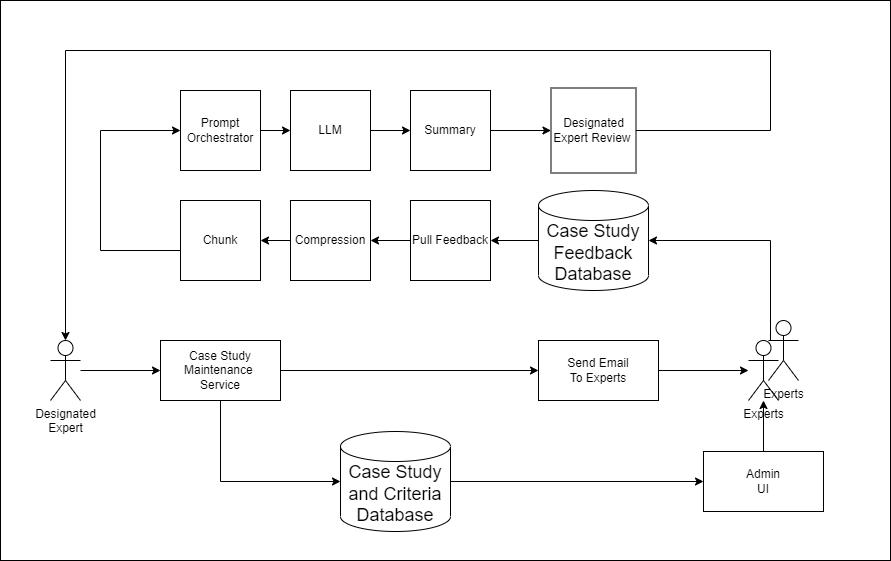
The draw.io diagram diagrams/admin-case-study-feedback-ai.drawio.png in mmat1/skynet-ai-2025, before a commit. Source tidied: cells renumbered, new cells last; positions are measured from the earlier drawing's top-left corner, leaving out a move shared by most shapes.
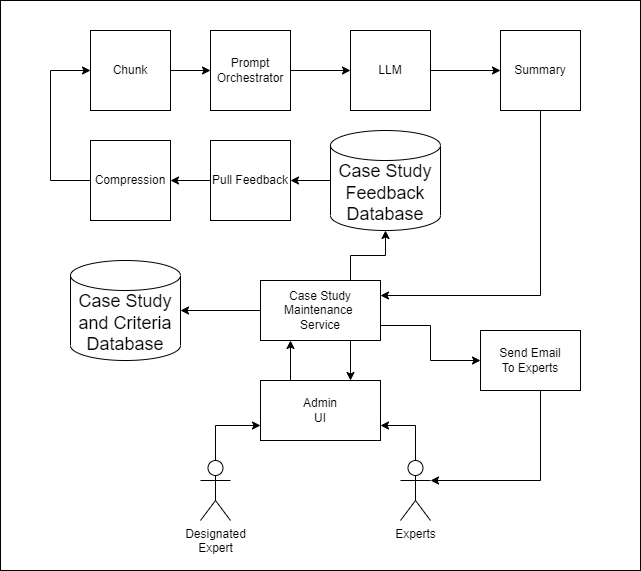
The same diagram one commit later.

The edit, as a diff of the source:
```diff
@@ -3,119 +3,103 @@
     <mxCell id="0" />
     <mxCell id="1" parent="0" />
     <mxCell id="2" style="rounded=0;whiteSpace=wrap;html=1;" parent="1" vertex="1">
-      <mxGeometry width="890" height="560" as="geometry" />
+      <mxGeometry x="60" y="60" width="640" height="570" as="geometry" />
     </mxCell>
-    <mxCell id="3" style="edgeStyle=orthogonalEdgeStyle;rounded=0;jettySize=auto;html=1;" parent="1" edge="1" source="4" target="15">
-      <mxGeometry relative="1" as="geometry" />
-    </mxCell>
     <mxCell id="4" value="&lt;div style=&quot;font-size: 18px;&quot;&gt;Case Study and Criteria&lt;/div&gt;&lt;div style=&quot;font-size: 18px;&quot;&gt;Database&lt;/div&gt;" style="shape=cylinder3;whiteSpace=wrap;html=1;boundedLbl=1;backgroundOutline=1;size=15;" parent="1" vertex="1">
-      <mxGeometry x="340" y="431" width="110" height="100" as="geometry" />
+      <mxGeometry x="130" y="320" width="110" height="100" as="geometry" />
     </mxCell>
+    <mxCell id="34" style="edgeStyle=orthogonalEdgeStyle;rounded=0;jettySize=auto;html=1;exitX=0.5;exitY=0;exitDx=0;exitDy=0;exitPerimeter=0;entryX=0;entryY=0.75;entryDx=0;entryDy=0;" parent="1" edge="1" source="5" target="15">
+      <mxGeometry relative="1" as="geometry" />
+    </mxCell>
     <mxCell id="5" value="Designated&lt;br&gt;Expert" style="shape=umlActor;verticalLabelPosition=bottom;verticalAlign=top;html=1;outlineConnect=0;" parent="1" vertex="1">
-      <mxGeometry x="50" y="340" width="30" height="60" as="geometry" />
+      <mxGeometry x="260" y="520" width="30" height="60" as="geometry" />
     </mxCell>
+    <mxCell id="7" style="edgeStyle=orthogonalEdgeStyle;rounded=0;jettySize=auto;html=1;" parent="1" edge="1" source="8" target="4">
+      <mxGeometry relative="1" as="geometry" />
+    </mxCell>
+    <mxCell id="35" style="edgeStyle=orthogonalEdgeStyle;rounded=0;jettySize=auto;html=1;exitX=0.75;exitY=1;exitDx=0;exitDy=0;entryX=0.75;entryY=0;entryDx=0;entryDy=0;" parent="1" edge="1" source="8" target="15">
+      <mxGeometry relative="1" as="geometry" />
+    </mxCell>
-    <mxCell id="6" style="edgeStyle=orthogonalEdgeStyle;rounded=0;jettySize=auto;html=1;" parent="1" edge="1" source="8" target="10">
+    <mxCell id="6" style="edgeStyle=orthogonalEdgeStyle;rounded=0;jettySize=auto;html=1;exitX=1;exitY=0.75;exitDx=0;exitDy=0;entryX=0;entryY=0.5;entryDx=0;entryDy=0;" parent="1" edge="1" source="8" target="10">
       <mxGeometry relative="1" as="geometry" />
     </mxCell>
-    <mxCell id="7" style="edgeStyle=orthogonalEdgeStyle;rounded=0;jettySize=auto;html=1;entryX=0;entryY=0.5;entryDx=0;entryDy=0;entryPerimeter=0;" parent="1" edge="1" source="8" target="4">
-      <mxGeometry relative="1" as="geometry">
-        <Array as="points">
-          <mxPoint x="220" y="481" />
-        </Array>
-      </mxGeometry>
-    </mxCell>
+    <mxCell id="36" style="edgeStyle=orthogonalEdgeStyle;rounded=0;jettySize=auto;html=1;exitX=0.75;exitY=0;exitDx=0;exitDy=0;entryX=0.5;entryY=1;entryDx=0;entryDy=0;entryPerimeter=0;" parent="1" edge="1" source="8" target="18">
+      <mxGeometry relative="1" as="geometry" />
+    </mxCell>
     <mxCell id="8" value="Case Study&lt;br&gt;Maintenance&amp;nbsp;&lt;br&gt;Service" style="rounded=0;whiteSpace=wrap;html=1;" parent="1" vertex="1">
-      <mxGeometry x="160" y="340" width="120" height="60" as="geometry" />
+      <mxGeometry x="320" y="340" width="120" height="60" as="geometry" />
     </mxCell>
-    <mxCell id="9" style="edgeStyle=orthogonalEdgeStyle;rounded=0;jettySize=auto;html=1;" parent="1" edge="1" source="5" target="8">
-      <mxGeometry relative="1" as="geometry" />
-    </mxCell>
+    <mxCell id="14" style="edgeStyle=orthogonalEdgeStyle;rounded=0;jettySize=auto;html=1;entryX=1;entryY=0.3333333333333333;entryDx=0;entryDy=0;entryPerimeter=0;" parent="1" edge="1" source="10" target="12">
+      <mxGeometry relative="1" as="geometry">
+        <Array as="points">
+          <mxPoint x="600" y="540" />
+        </Array>
+      </mxGeometry>
+    </mxCell>
     <mxCell id="10" value="Send Email&lt;br&gt;To Experts" style="rounded=0;whiteSpace=wrap;html=1;" parent="1" vertex="1">
-      <mxGeometry x="538" y="340" width="120" height="60" as="geometry" />
+      <mxGeometry x="540" y="390" width="100" height="60" as="geometry" />
     </mxCell>
     <mxCell id="11" style="group;" parent="1" vertex="1">
-      <mxGeometry x="748" y="320" width="50" height="80" as="geometry" />
+      <mxGeometry x="460" y="530" width="50" height="80" as="geometry" />
     </mxCell>
     <mxCell id="12" value="Experts" style="shape=umlActor;verticalLabelPosition=bottom;verticalAlign=top;html=1;outlineConnect=0;" parent="11" vertex="1">
-      <mxGeometry y="20" width="30" height="60" as="geometry" />
+      <mxGeometry y="-10" width="30" height="60" as="geometry" />
     </mxCell>
-    <mxCell id="13" value="Experts" style="shape=umlActor;verticalLabelPosition=bottom;verticalAlign=top;html=1;" parent="11" vertex="1">
-      <mxGeometry x="20" width="30" height="60" as="geometry" />
-    </mxCell>
-    <mxCell id="14" style="edgeStyle=orthogonalEdgeStyle;rounded=0;jettySize=auto;html=1;" parent="1" edge="1" source="10" target="12">
-      <mxGeometry relative="1" as="geometry" />
-    </mxCell>
+    <mxCell id="37" style="edgeStyle=orthogonalEdgeStyle;rounded=0;jettySize=auto;html=1;exitX=0.25;exitY=0;exitDx=0;exitDy=0;entryX=0.25;entryY=1;entryDx=0;entryDy=0;" parent="1" edge="1" source="15" target="8">
+      <mxGeometry relative="1" as="geometry" />
+    </mxCell>
     <mxCell id="15" value="Admin&lt;br&gt;UI" style="rounded=0;whiteSpace=wrap;html=1;" parent="1" vertex="1">
-      <mxGeometry x="703" y="451" width="120" height="60" as="geometry" />
+      <mxGeometry x="320" y="440" width="120" height="60" as="geometry" />
     </mxCell>
-    <mxCell id="16" style="edgeStyle=orthogonalEdgeStyle;rounded=0;jettySize=auto;html=1;" parent="1" edge="1" source="15" target="12">
+    <mxCell id="16" style="edgeStyle=orthogonalEdgeStyle;rounded=0;jettySize=auto;html=1;endArrow=none;endFill=0;startArrow=classic;startFill=1;exitX=1;exitY=0.75;exitDx=0;exitDy=0;" parent="1" edge="1" source="15" target="12">
       <mxGeometry relative="1" as="geometry" />
     </mxCell>
     <mxCell id="17" style="edgeStyle=orthogonalEdgeStyle;rounded=0;jettySize=auto;html=1;" parent="1" edge="1" source="18" target="20">
       <mxGeometry relative="1" as="geometry" />
     </mxCell>
     <mxCell id="18" value="&lt;div style=&quot;font-size: 18px;&quot;&gt;Case Study Feedback Database&lt;/div&gt;" style="shape=cylinder3;whiteSpace=wrap;html=1;boundedLbl=1;backgroundOutline=1;size=15;" parent="1" vertex="1">
-      <mxGeometry x="538" y="190" width="110" height="100" as="geometry" />
+      <mxGeometry x="390" y="190" width="110" height="100" as="geometry" />
     </mxCell>
-    <mxCell id="19" style="edgeStyle=orthogonalEdgeStyle;rounded=0;jettySize=auto;html=1;entryX=1;entryY=0.5;entryDx=0;entryDy=0;entryPerimeter=0;" parent="1" edge="1" source="12" target="18">
-      <mxGeometry relative="1" as="geometry">
-        <Array as="points">
-          <mxPoint x="770" y="240" />
-        </Array>
-      </mxGeometry>
-    </mxCell>
     <mxCell id="20" value="Pull Feedback" style="whiteSpace=wrap;html=1;" parent="1" vertex="1">
-      <mxGeometry x="410" y="200" width="80" height="80" as="geometry" />
+      <mxGeometry x="270" y="200" width="80" height="80" as="geometry" />
     </mxCell>
+    <mxCell id="24" style="edgeStyle=orthogonalEdgeStyle;rounded=0;jettySize=auto;html=1;exitX=0;exitY=0.5;exitDx=0;exitDy=0;entryX=0;entryY=0.5;entryDx=0;entryDy=0;" parent="1" edge="1" source="21" target="23">
+      <mxGeometry relative="1" as="geometry">
+        <Array as="points">
+          <mxPoint x="110" y="240" />
+          <mxPoint x="110" y="130" />
+        </Array>
+      </mxGeometry>
+    </mxCell>
     <mxCell id="21" value="Compression" style="whiteSpace=wrap;html=1;" parent="1" vertex="1">
-      <mxGeometry x="290" y="200" width="80" height="80" as="geometry" />
+      <mxGeometry x="150" y="200" width="80" height="80" as="geometry" />
     </mxCell>
     <mxCell id="22" style="edgeStyle=orthogonalEdgeStyle;rounded=0;jettySize=auto;html=1;" parent="1" edge="1" source="20" target="21">
       <mxGeometry relative="1" as="geometry" />
     </mxCell>
+    <mxCell id="26" style="edgeStyle=orthogonalEdgeStyle;rounded=0;jettySize=auto;html=1;entryX=0;entryY=0.5;entryDx=0;entryDy=0;" parent="1" edge="1" source="23" target="25">
+      <mxGeometry relative="1" as="geometry" />
+    </mxCell>
     <mxCell id="23" value="Chunk" style="whiteSpace=wrap;html=1;" parent="1" vertex="1">
-      <mxGeometry x="180" y="200" width="80" height="80" as="geometry" />
+      <mxGeometry x="150" y="90" width="80" height="80" as="geometry" />
     </mxCell>
-    <mxCell id="24" style="edgeStyle=orthogonalEdgeStyle;rounded=0;jettySize=auto;html=1;" parent="1" edge="1" source="21" target="23">
-      <mxGeometry relative="1" as="geometry" />
-    </mxCell>
     <mxCell id="25" value="Prompt Orchestrator" style="whiteSpace=wrap;html=1;" parent="1" vertex="1">
-      <mxGeometry x="180" y="90" width="80" height="80" as="geometry" />
+      <mxGeometry x="270" y="90" width="80" height="80" as="geometry" />
     </mxCell>
-    <mxCell id="26" style="edgeStyle=orthogonalEdgeStyle;rounded=0;jettySize=auto;html=1;entryX=0;entryY=0.5;entryDx=0;entryDy=0;" parent="1" edge="1" source="23" target="25">
-      <mxGeometry relative="1" as="geometry">
-        <Array as="points">
-          <mxPoint x="100" y="250" />
-          <mxPoint x="100" y="130" />
-        </Array>
-      </mxGeometry>
-    </mxCell>
     <mxCell id="27" style="edgeStyle=orthogonalEdgeStyle;rounded=0;jettySize=auto;html=1;" parent="1" edge="1" source="28" target="31">
       <mxGeometry relative="1" as="geometry" />
     </mxCell>
     <mxCell id="28" value="LLM" style="whiteSpace=wrap;html=1;" parent="1" vertex="1">
-      <mxGeometry x="290" y="90" width="80" height="80" as="geometry" />
+      <mxGeometry x="410" y="90" width="80" height="80" as="geometry" />
     </mxCell>
     <mxCell id="29" style="edgeStyle=orthogonalEdgeStyle;rounded=0;jettySize=auto;html=1;" parent="1" edge="1" source="25" target="28">
       <mxGeometry relative="1" as="geometry" />
     </mxCell>
-    <mxCell id="30" style="edgeStyle=orthogonalEdgeStyle;rounded=0;jettySize=auto;html=1;" parent="1" edge="1" source="31" target="33">
-      <mxGeometry relative="1" as="geometry" />
-    </mxCell>
+    <mxCell id="38" style="edgeStyle=orthogonalEdgeStyle;rounded=0;jettySize=auto;html=1;exitX=0.5;exitY=1;exitDx=0;exitDy=0;entryX=1;entryY=0.25;entryDx=0;entryDy=0;" parent="1" edge="1" source="31" target="8">
+      <mxGeometry relative="1" as="geometry" />
+    </mxCell>
     <mxCell id="31" value="Summary" style="whiteSpace=wrap;html=1;" parent="1" vertex="1">
-      <mxGeometry x="410" y="90" width="80" height="80" as="geometry" />
+      <mxGeometry x="560" y="90" width="80" height="80" as="geometry" />
     </mxCell>
-    <mxCell id="32" style="edgeStyle=orthogonalEdgeStyle;rounded=0;jettySize=auto;html=1;" parent="1" edge="1" source="33" target="5">
-      <mxGeometry relative="1" as="geometry">
-        <Array as="points">
-          <mxPoint x="770" y="130" />
-          <mxPoint x="770" y="50" />
-          <mxPoint x="65" y="50" />
-        </Array>
-      </mxGeometry>
-    </mxCell>
-    <mxCell id="33" value="Designated Expert Review&amp;nbsp;" style="whiteSpace=wrap;html=1;" parent="1" vertex="1">
-      <mxGeometry x="550.5" y="87.5" width="85" height="85" as="geometry" />
-    </mxCell>
   </root>
 </mxGraphModel>
```
